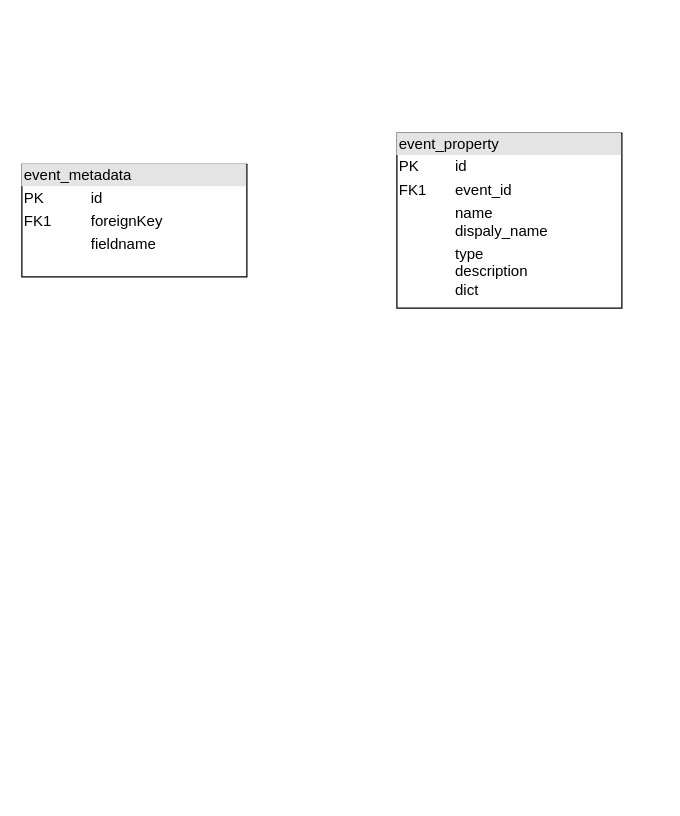
Earlier version of the draw.io diagram 未命名绘图.drawio (NeverMore93/draw). Source tidied: cells renumbered, new cells numbered last; positions are measured from the earlier drawing's top-left corner, leaving out a move shared by most shapes. Both pictures are drawn from the tidied source at 125%, with x=0, y=0 at pixel (21, 132).
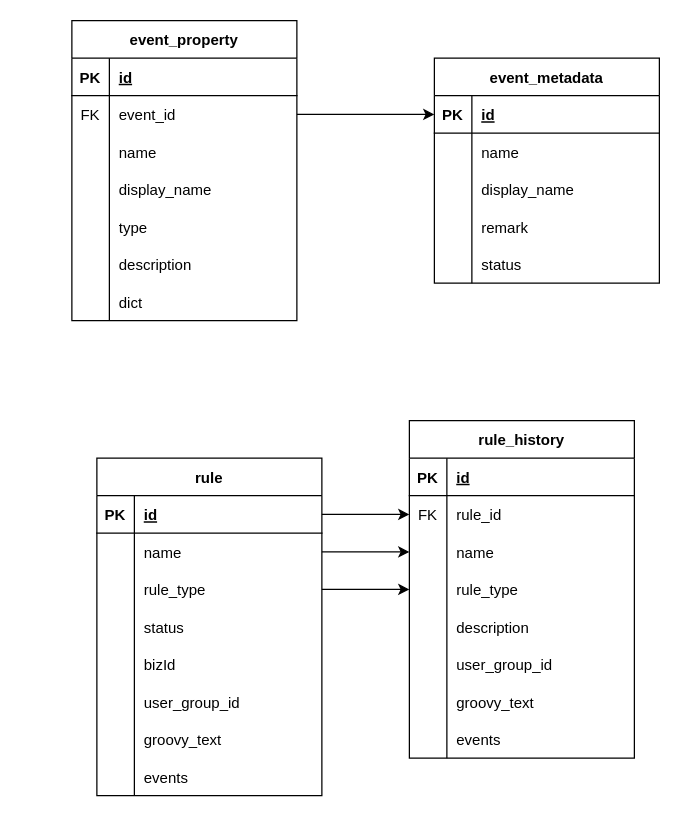
After the change.

What changed in the source:
```diff
@@
-    <mxCell id="2" value="&lt;div style=&quot;box-sizing:border-box;width:100%;background:#e4e4e4;padding:2px;&quot;&gt;event_metadata&lt;/div&gt;&lt;table style=&quot;width:100%;font-size:1em;&quot; cellpadding=&quot;2&quot; cellspacing=&quot;0&quot;&gt;&lt;tbody&gt;&lt;tr&gt;&lt;td&gt;PK&lt;/td&gt;&lt;td&gt;id&lt;/td&gt;&lt;/tr&gt;&lt;tr&gt;&lt;td&gt;FK1&lt;/td&gt;&lt;td&gt;foreignKey&lt;/td&gt;&lt;/tr&gt;&lt;tr&gt;&lt;td&gt;&lt;/td&gt;&lt;td&gt;fieldname&lt;/td&gt;&lt;/tr&gt;&lt;/tbody&gt;&lt;/table&gt;" style="verticalAlign=top;align=left;overflow=fill;html=1;" parent="1" vertex="1">
-      <mxGeometry y="25" width="180" height="90" as="geometry" />
-    </mxCell>
-    <mxCell id="3" value="&lt;div style=&quot;box-sizing:border-box;width:100%;background:#e4e4e4;padding:2px;&quot;&gt;event_property&lt;/div&gt;&lt;table style=&quot;width:100%;font-size:1em;&quot; cellpadding=&quot;2&quot; cellspacing=&quot;0&quot;&gt;&lt;tbody&gt;&lt;tr&gt;&lt;td&gt;PK&lt;/td&gt;&lt;td&gt;id&lt;/td&gt;&lt;/tr&gt;&lt;tr&gt;&lt;td&gt;FK1&lt;/td&gt;&lt;td&gt;event_id&lt;/td&gt;&lt;/tr&gt;&lt;tr&gt;&lt;td&gt;&lt;/td&gt;&lt;td&gt;name&lt;br&gt;dispaly_name&lt;/td&gt;&lt;/tr&gt;&lt;tr&gt;&lt;td&gt;&lt;br&gt;&lt;/td&gt;&lt;td&gt;type&lt;br&gt;description&lt;br&gt;dict&lt;/td&gt;&lt;/tr&gt;&lt;tr&gt;&lt;td&gt;&lt;br&gt;&lt;/td&gt;&lt;td&gt;&lt;br&gt;&lt;/td&gt;&lt;/tr&gt;&lt;/tbody&gt;&lt;/table&gt;" style="verticalAlign=top;align=left;overflow=fill;html=1;" parent="1" vertex="1">
-      <mxGeometry x="300" width="180" height="140" as="geometry" />
-    </mxCell>
+    <mxCell id="4" value="event_metadata" style="shape=table;startSize=30;childLayout=tableLayout;rowLines=0;fontStyle=1;align=center;" parent="1" vertex="1">
+      <mxGeometry x="330" y="-60" width="180" height="180" as="geometry" />
+    </mxCell>
+    <mxCell id="5" style="shape=tableRow;horizontal=0;startSize=0;swimlaneHead=0;swimlaneBody=0;fillColor=none;points=[[0,0.5],[1,0.5]];portConstraint=eastwest;top=0;left=0;right=0;bottom=1;" parent="4" vertex="1">
+      <mxGeometry y="30" width="180" height="30" as="geometry" />
+    </mxCell>
+    <mxCell id="6" value="PK" style="shape=partialRectangle;fillColor=none;top=0;left=0;bottom=0;right=0;fontStyle=1;overflow=hidden;" parent="5" vertex="1">
+      <mxGeometry width="30" height="30" as="geometry" />
+    </mxCell>
+    <mxCell id="7" value="id" style="shape=partialRectangle;fillColor=none;top=0;left=0;bottom=0;right=0;align=left;spacingLeft=6;fontStyle=5;overflow=hidden;" parent="5" vertex="1">
+      <mxGeometry x="30" width="150" height="30" as="geometry" />
+    </mxCell>
+    <mxCell id="8" style="shape=tableRow;horizontal=0;startSize=0;swimlaneHead=0;swimlaneBody=0;fillColor=none;top=0;left=0;right=0;bottom=0;" parent="4" vertex="1">
+      <mxGeometry y="60" width="180" height="30" as="geometry" />
+    </mxCell>
+    <mxCell id="9" style="shape=partialRectangle;fillColor=none;top=0;left=0;bottom=0;right=0;overflow=hidden;" parent="8" vertex="1">
+      <mxGeometry width="30" height="30" as="geometry" />
+    </mxCell>
+    <mxCell id="10" value="name" style="shape=partialRectangle;fillColor=none;top=0;left=0;bottom=0;right=0;align=left;spacingLeft=6;overflow=hidden;" parent="8" vertex="1">
+      <mxGeometry x="30" width="150" height="30" as="geometry" />
+    </mxCell>
+    <mxCell id="11" style="shape=tableRow;horizontal=0;startSize=0;swimlaneHead=0;swimlaneBody=0;fillColor=none;top=0;left=0;right=0;bottom=0;" parent="4" vertex="1">
+      <mxGeometry y="90" width="180" height="30" as="geometry" />
+    </mxCell>
+    <mxCell id="12" style="shape=partialRectangle;fillColor=none;top=0;left=0;bottom=0;right=0;overflow=hidden;" parent="11" vertex="1">
+      <mxGeometry width="30" height="30" as="geometry" />
+    </mxCell>
+    <mxCell id="13" value="display_name" style="shape=partialRectangle;fillColor=none;top=0;left=0;bottom=0;right=0;align=left;spacingLeft=6;overflow=hidden;" parent="11" vertex="1">
+      <mxGeometry x="30" width="150" height="30" as="geometry" />
+    </mxCell>
+    <mxCell id="14" style="shape=tableRow;horizontal=0;startSize=0;swimlaneHead=0;swimlaneBody=0;fillColor=none;top=0;left=0;right=0;bottom=0;" parent="4" vertex="1">
+      <mxGeometry y="120" width="180" height="30" as="geometry" />
+    </mxCell>
+    <mxCell id="15" style="shape=partialRectangle;fillColor=none;top=0;left=0;bottom=0;right=0;overflow=hidden;" parent="14" vertex="1">
+      <mxGeometry width="30" height="30" as="geometry" />
+    </mxCell>
+    <mxCell id="16" value="remark" style="shape=partialRectangle;fillColor=none;top=0;left=0;bottom=0;right=0;align=left;spacingLeft=6;overflow=hidden;" parent="14" vertex="1">
+      <mxGeometry x="30" width="150" height="30" as="geometry" />
+    </mxCell>
+    <mxCell id="17" style="shape=tableRow;horizontal=0;startSize=0;swimlaneHead=0;swimlaneBody=0;fillColor=none;top=0;left=0;right=0;bottom=0;" parent="4" vertex="1">
+      <mxGeometry y="150" width="180" height="30" as="geometry" />
+    </mxCell>
+    <mxCell id="18" style="shape=partialRectangle;fillColor=none;top=0;left=0;bottom=0;right=0;overflow=hidden;" parent="17" vertex="1">
+      <mxGeometry width="30" height="30" as="geometry" />
+    </mxCell>
+    <mxCell id="19" value="status" style="shape=partialRectangle;fillColor=none;top=0;left=0;bottom=0;right=0;align=left;spacingLeft=6;overflow=hidden;" parent="17" vertex="1">
+      <mxGeometry x="30" width="150" height="30" as="geometry" />
+    </mxCell>
+    <mxCell id="20" value="event_property" style="shape=table;startSize=30;childLayout=tableLayout;rowLines=0;fontStyle=1;align=center;" parent="1" vertex="1">
+      <mxGeometry x="40" y="-90" width="180" height="240" as="geometry" />
+    </mxCell>
+    <mxCell id="21" style="shape=tableRow;horizontal=0;startSize=0;swimlaneHead=0;swimlaneBody=0;fillColor=none;top=0;left=0;right=0;bottom=1;" parent="20" vertex="1">
+      <mxGeometry y="30" width="180" height="30" as="geometry" />
+    </mxCell>
+    <mxCell id="22" value="PK" style="shape=partialRectangle;fillColor=none;top=0;left=0;bottom=0;right=0;fontStyle=1;overflow=hidden;" parent="21" vertex="1">
+      <mxGeometry width="30" height="30" as="geometry" />
+    </mxCell>
+    <mxCell id="23" value="id" style="shape=partialRectangle;fillColor=none;top=0;left=0;bottom=0;right=0;align=left;spacingLeft=6;fontStyle=5;overflow=hidden;" parent="21" vertex="1">
+      <mxGeometry x="30" width="150" height="30" as="geometry" />
+    </mxCell>
+    <mxCell id="24" style="shape=tableRow;horizontal=0;startSize=0;swimlaneHead=0;swimlaneBody=0;fillColor=none;points=[[0,0.5],[1,0.5]];portConstraint=eastwest;top=0;left=0;right=0;bottom=0;" parent="20" vertex="1">
+      <mxGeometry y="60" width="180" height="30" as="geometry" />
+    </mxCell>
+    <mxCell id="25" value="FK" style="shape=partialRectangle;fillColor=none;top=0;left=0;bottom=0;right=0;overflow=hidden;" parent="24" vertex="1">
+      <mxGeometry width="30" height="30" as="geometry" />
+    </mxCell>
+    <mxCell id="26" value="event_id" style="shape=partialRectangle;fillColor=none;top=0;left=0;bottom=0;right=0;align=left;spacingLeft=6;overflow=hidden;" parent="24" vertex="1">
+      <mxGeometry x="30" width="150" height="30" as="geometry" />
+    </mxCell>
+    <mxCell id="27" style="shape=tableRow;horizontal=0;startSize=0;swimlaneHead=0;swimlaneBody=0;fillColor=none;top=0;left=0;right=0;bottom=0;" parent="20" vertex="1">
+      <mxGeometry y="90" width="180" height="30" as="geometry" />
+    </mxCell>
+    <mxCell id="28" style="shape=partialRectangle;fillColor=none;top=0;left=0;bottom=0;right=0;overflow=hidden;" parent="27" vertex="1">
+      <mxGeometry width="30" height="30" as="geometry" />
+    </mxCell>
+    <mxCell id="29" value="name" style="shape=partialRectangle;fillColor=none;top=0;left=0;bottom=0;right=0;align=left;spacingLeft=6;overflow=hidden;" parent="27" vertex="1">
+      <mxGeometry x="30" width="150" height="30" as="geometry" />
+    </mxCell>
+    <mxCell id="30" style="shape=tableRow;horizontal=0;startSize=0;swimlaneHead=0;swimlaneBody=0;fillColor=none;top=0;left=0;right=0;bottom=0;" parent="20" vertex="1">
+      <mxGeometry y="120" width="180" height="30" as="geometry" />
+    </mxCell>
+    <mxCell id="31" style="shape=partialRectangle;fillColor=none;top=0;left=0;bottom=0;right=0;overflow=hidden;" parent="30" vertex="1">
+      <mxGeometry width="30" height="30" as="geometry" />
+    </mxCell>
+    <mxCell id="32" value="display_name" style="shape=partialRectangle;fillColor=none;top=0;left=0;bottom=0;right=0;align=left;spacingLeft=6;overflow=hidden;" parent="30" vertex="1">
+      <mxGeometry x="30" width="150" height="30" as="geometry" />
+    </mxCell>
+    <mxCell id="33" style="shape=tableRow;horizontal=0;startSize=0;swimlaneHead=0;swimlaneBody=0;fillColor=none;top=0;left=0;right=0;bottom=0;" parent="20" vertex="1">
+      <mxGeometry y="150" width="180" height="30" as="geometry" />
+    </mxCell>
+    <mxCell id="34" style="shape=partialRectangle;fillColor=none;top=0;left=0;bottom=0;right=0;overflow=hidden;" parent="33" vertex="1">
+      <mxGeometry width="30" height="30" as="geometry" />
+    </mxCell>
+    <mxCell id="35" value="type" style="shape=partialRectangle;fillColor=none;top=0;left=0;bottom=0;right=0;align=left;spacingLeft=6;overflow=hidden;" parent="33" vertex="1">
+      <mxGeometry x="30" width="150" height="30" as="geometry" />
+    </mxCell>
+    <mxCell id="36" style="shape=tableRow;horizontal=0;startSize=0;swimlaneHead=0;swimlaneBody=0;fillColor=none;top=0;left=0;right=0;bottom=0;" parent="20" vertex="1">
+      <mxGeometry y="180" width="180" height="30" as="geometry" />
+    </mxCell>
+    <mxCell id="37" style="shape=partialRectangle;fillColor=none;top=0;left=0;bottom=0;right=0;overflow=hidden;" parent="36" vertex="1">
+      <mxGeometry width="30" height="30" as="geometry" />
+    </mxCell>
+    <mxCell id="38" value="description" style="shape=partialRectangle;fillColor=none;top=0;left=0;bottom=0;right=0;align=left;spacingLeft=6;overflow=hidden;" parent="36" vertex="1">
+      <mxGeometry x="30" width="150" height="30" as="geometry" />
+    </mxCell>
+    <mxCell id="39" style="shape=tableRow;horizontal=0;startSize=0;swimlaneHead=0;swimlaneBody=0;fillColor=none;top=0;left=0;right=0;bottom=0;" parent="20" vertex="1">
+      <mxGeometry y="210" width="180" height="30" as="geometry" />
+    </mxCell>
+    <mxCell id="40" style="shape=partialRectangle;fillColor=none;top=0;left=0;bottom=0;right=0;overflow=hidden;" parent="39" vertex="1">
+      <mxGeometry width="30" height="30" as="geometry" />
+    </mxCell>
+    <mxCell id="41" value="dict" style="shape=partialRectangle;fillColor=none;top=0;left=0;bottom=0;right=0;align=left;spacingLeft=6;overflow=hidden;" parent="39" vertex="1">
+      <mxGeometry x="30" width="150" height="30" as="geometry" />
+    </mxCell>
+    <mxCell id="42" style="edgeStyle=orthogonalEdgeStyle;rounded=0;jettySize=auto;html=1;entryX=0;entryY=0.5;entryDx=0;entryDy=0;" parent="1" edge="1" source="24" target="5">
+      <mxGeometry relative="1" as="geometry" />
+    </mxCell>
+    <mxCell id="43" value="rule" style="shape=table;startSize=30;childLayout=tableLayout;rowLines=0;fontStyle=1;align=center;" parent="1" vertex="1">
+      <mxGeometry x="60" y="260" width="180" height="270" as="geometry" />
+    </mxCell>
+    <mxCell id="44" style="shape=tableRow;horizontal=0;startSize=0;swimlaneHead=0;swimlaneBody=0;fillColor=none;points=[[0,0.5],[1,0.5]];portConstraint=eastwest;top=0;left=0;right=0;bottom=1;" parent="43" vertex="1">
+      <mxGeometry y="30" width="180" height="30" as="geometry" />
+    </mxCell>
+    <mxCell id="45" value="PK" style="shape=partialRectangle;fillColor=none;top=0;left=0;bottom=0;right=0;fontStyle=1;overflow=hidden;" parent="44" vertex="1">
+      <mxGeometry width="30" height="30" as="geometry" />
+    </mxCell>
+    <mxCell id="46" value="id" style="shape=partialRectangle;fillColor=none;top=0;left=0;bottom=0;right=0;align=left;spacingLeft=6;fontStyle=5;overflow=hidden;" parent="44" vertex="1">
+      <mxGeometry x="30" width="150" height="30" as="geometry" />
+    </mxCell>
+    <mxCell id="47" style="shape=tableRow;horizontal=0;startSize=0;swimlaneHead=0;swimlaneBody=0;fillColor=none;points=[[0,0.5],[1,0.5]];portConstraint=eastwest;top=0;left=0;right=0;bottom=0;" parent="43" vertex="1">
+      <mxGeometry y="60" width="180" height="30" as="geometry" />
+    </mxCell>
+    <mxCell id="48" style="shape=partialRectangle;fillColor=none;top=0;left=0;bottom=0;right=0;overflow=hidden;" parent="47" vertex="1">
+      <mxGeometry width="30" height="30" as="geometry" />
+    </mxCell>
+    <mxCell id="49" value="name" style="shape=partialRectangle;fillColor=none;top=0;left=0;bottom=0;right=0;align=left;spacingLeft=6;overflow=hidden;" parent="47" vertex="1">
+      <mxGeometry x="30" width="150" height="30" as="geometry" />
+    </mxCell>
+    <mxCell id="50" style="shape=tableRow;horizontal=0;startSize=0;swimlaneHead=0;swimlaneBody=0;fillColor=none;points=[[0,0.5],[1,0.5]];portConstraint=eastwest;top=0;left=0;right=0;bottom=0;" parent="43" vertex="1">
+      <mxGeometry y="90" width="180" height="30" as="geometry" />
+    </mxCell>
+    <mxCell id="51" style="shape=partialRectangle;fillColor=none;top=0;left=0;bottom=0;right=0;overflow=hidden;" parent="50" vertex="1">
+      <mxGeometry width="30" height="30" as="geometry" />
+    </mxCell>
+    <mxCell id="52" value="rule_type" style="shape=partialRectangle;fillColor=none;top=0;left=0;bottom=0;right=0;align=left;spacingLeft=6;overflow=hidden;" parent="50" vertex="1">
+      <mxGeometry x="30" width="150" height="30" as="geometry" />
+    </mxCell>
+    <mxCell id="53" style="shape=tableRow;horizontal=0;startSize=0;swimlaneHead=0;swimlaneBody=0;fillColor=none;top=0;left=0;right=0;bottom=0;" parent="43" vertex="1">
+      <mxGeometry y="120" width="180" height="30" as="geometry" />
+    </mxCell>
+    <mxCell id="54" style="shape=partialRectangle;fillColor=none;top=0;left=0;bottom=0;right=0;overflow=hidden;" parent="53" vertex="1">
+      <mxGeometry width="30" height="30" as="geometry" />
+    </mxCell>
+    <mxCell id="55" value="status" style="shape=partialRectangle;fillColor=none;top=0;left=0;bottom=0;right=0;align=left;spacingLeft=6;overflow=hidden;" parent="53" vertex="1">
+      <mxGeometry x="30" width="150" height="30" as="geometry" />
+    </mxCell>
+    <mxCell id="56" style="shape=tableRow;horizontal=0;startSize=0;swimlaneHead=0;swimlaneBody=0;fillColor=none;top=0;left=0;right=0;bottom=0;" parent="43" vertex="1">
+      <mxGeometry y="150" width="180" height="30" as="geometry" />
+    </mxCell>
+    <mxCell id="57" style="shape=partialRectangle;fillColor=none;top=0;left=0;bottom=0;right=0;overflow=hidden;" parent="56" vertex="1">
+      <mxGeometry width="30" height="30" as="geometry" />
+    </mxCell>
+    <mxCell id="58" value="bizId" style="shape=partialRectangle;fillColor=none;top=0;left=0;bottom=0;right=0;align=left;spacingLeft=6;overflow=hidden;" parent="56" vertex="1">
+      <mxGeometry x="30" width="150" height="30" as="geometry" />
+    </mxCell>
+    <mxCell id="59" style="shape=tableRow;horizontal=0;startSize=0;swimlaneHead=0;swimlaneBody=0;fillColor=none;top=0;left=0;right=0;bottom=0;" parent="43" vertex="1">
+      <mxGeometry y="180" width="180" height="30" as="geometry" />
+    </mxCell>
+    <mxCell id="60" style="shape=partialRectangle;fillColor=none;top=0;left=0;bottom=0;right=0;overflow=hidden;" parent="59" vertex="1">
+      <mxGeometry width="30" height="30" as="geometry" />
+    </mxCell>
+    <mxCell id="61" value="user_group_id" style="shape=partialRectangle;fillColor=none;top=0;left=0;bottom=0;right=0;align=left;spacingLeft=6;overflow=hidden;" parent="59" vertex="1">
+      <mxGeometry x="30" width="150" height="30" as="geometry" />
+    </mxCell>
+    <mxCell id="62" style="shape=tableRow;horizontal=0;startSize=0;swimlaneHead=0;swimlaneBody=0;fillColor=none;top=0;left=0;right=0;bottom=0;" parent="43" vertex="1">
+      <mxGeometry y="210" width="180" height="30" as="geometry" />
+    </mxCell>
+    <mxCell id="63" style="shape=partialRectangle;fillColor=none;top=0;left=0;bottom=0;right=0;overflow=hidden;" parent="62" vertex="1">
+      <mxGeometry width="30" height="30" as="geometry" />
+    </mxCell>
+    <mxCell id="64" value="groovy_text" style="shape=partialRectangle;fillColor=none;top=0;left=0;bottom=0;right=0;align=left;spacingLeft=6;overflow=hidden;" parent="62" vertex="1">
+      <mxGeometry x="30" width="150" height="30" as="geometry" />
+    </mxCell>
+    <mxCell id="65" style="shape=tableRow;horizontal=0;startSize=0;swimlaneHead=0;swimlaneBody=0;fillColor=none;top=0;left=0;right=0;bottom=0;" parent="43" vertex="1">
+      <mxGeometry y="240" width="180" height="30" as="geometry" />
+    </mxCell>
+    <mxCell id="66" style="shape=partialRectangle;fillColor=none;top=0;left=0;bottom=0;right=0;overflow=hidden;" parent="65" vertex="1">
+      <mxGeometry width="30" height="30" as="geometry" />
+    </mxCell>
+    <mxCell id="67" value="events" style="shape=partialRectangle;fillColor=none;top=0;left=0;bottom=0;right=0;align=left;spacingLeft=6;overflow=hidden;" parent="65" vertex="1">
+      <mxGeometry x="30" width="150" height="30" as="geometry" />
+    </mxCell>
+    <mxCell id="68" value="rule_history" style="shape=table;startSize=30;childLayout=tableLayout;rowLines=0;fontStyle=1;align=center;" parent="1" vertex="1">
+      <mxGeometry x="310" y="230" width="180" height="270" as="geometry" />
+    </mxCell>
+    <mxCell id="69" style="shape=tableRow;horizontal=0;startSize=0;swimlaneHead=0;swimlaneBody=0;fillColor=none;top=0;left=0;right=0;bottom=1;" parent="68" vertex="1">
+      <mxGeometry y="30" width="180" height="30" as="geometry" />
+    </mxCell>
+    <mxCell id="70" value="PK" style="shape=partialRectangle;fillColor=none;top=0;left=0;bottom=0;right=0;fontStyle=1;overflow=hidden;" parent="69" vertex="1">
+      <mxGeometry width="30" height="30" as="geometry" />
+    </mxCell>
+    <mxCell id="71" value="id" style="shape=partialRectangle;fillColor=none;top=0;left=0;bottom=0;right=0;align=left;spacingLeft=6;fontStyle=5;overflow=hidden;" parent="69" vertex="1">
+      <mxGeometry x="30" width="150" height="30" as="geometry" />
+    </mxCell>
+    <mxCell id="72" style="shape=tableRow;horizontal=0;startSize=0;swimlaneHead=0;swimlaneBody=0;fillColor=none;points=[[0,0.5],[1,0.5]];portConstraint=eastwest;top=0;left=0;right=0;bottom=0;" parent="68" vertex="1">
+      <mxGeometry y="60" width="180" height="30" as="geometry" />
+    </mxCell>
+    <mxCell id="73" value="FK" style="shape=partialRectangle;fillColor=none;top=0;left=0;bottom=0;right=0;overflow=hidden;" parent="72" vertex="1">
+      <mxGeometry width="30" height="30" as="geometry" />
+    </mxCell>
+    <mxCell id="74" value="rule_id" style="shape=partialRectangle;fillColor=none;top=0;left=0;bottom=0;right=0;align=left;spacingLeft=6;overflow=hidden;" parent="72" vertex="1">
+      <mxGeometry x="30" width="150" height="30" as="geometry" />
+    </mxCell>
+    <mxCell id="75" style="shape=tableRow;horizontal=0;startSize=0;swimlaneHead=0;swimlaneBody=0;fillColor=none;points=[[0,0.5],[1,0.5]];portConstraint=eastwest;top=0;left=0;right=0;bottom=0;" parent="68" vertex="1">
+      <mxGeometry y="90" width="180" height="30" as="geometry" />
+    </mxCell>
+    <mxCell id="76" style="shape=partialRectangle;fillColor=none;top=0;left=0;bottom=0;right=0;overflow=hidden;" parent="75" vertex="1">
+      <mxGeometry width="30" height="30" as="geometry" />
+    </mxCell>
+    <mxCell id="77" value="name" style="shape=partialRectangle;fillColor=none;top=0;left=0;bottom=0;right=0;align=left;spacingLeft=6;overflow=hidden;" parent="75" vertex="1">
+      <mxGeometry x="30" width="150" height="30" as="geometry" />
+    </mxCell>
+    <mxCell id="78" style="shape=tableRow;horizontal=0;startSize=0;swimlaneHead=0;swimlaneBody=0;fillColor=none;points=[[0,0.5],[1,0.5]];portConstraint=eastwest;top=0;left=0;right=0;bottom=0;" parent="68" vertex="1">
+      <mxGeometry y="120" width="180" height="30" as="geometry" />
+    </mxCell>
+    <mxCell id="79" style="shape=partialRectangle;fillColor=none;top=0;left=0;bottom=0;right=0;overflow=hidden;" parent="78" vertex="1">
+      <mxGeometry width="30" height="30" as="geometry" />
+    </mxCell>
+    <mxCell id="80" value="rule_type" style="shape=partialRectangle;fillColor=none;top=0;left=0;bottom=0;right=0;align=left;spacingLeft=6;overflow=hidden;" parent="78" vertex="1">
+      <mxGeometry x="30" width="150" height="30" as="geometry" />
+    </mxCell>
+    <mxCell id="81" style="shape=tableRow;horizontal=0;startSize=0;swimlaneHead=0;swimlaneBody=0;fillColor=none;top=0;left=0;right=0;bottom=0;" parent="68" vertex="1">
+      <mxGeometry y="150" width="180" height="30" as="geometry" />
+    </mxCell>
+    <mxCell id="82" style="shape=partialRectangle;fillColor=none;top=0;left=0;bottom=0;right=0;overflow=hidden;" parent="81" vertex="1">
+      <mxGeometry width="30" height="30" as="geometry" />
+    </mxCell>
+    <mxCell id="83" value="description" style="shape=partialRectangle;fillColor=none;top=0;left=0;bottom=0;right=0;align=left;spacingLeft=6;overflow=hidden;" parent="81" vertex="1">
+      <mxGeometry x="30" width="150" height="30" as="geometry" />
+    </mxCell>
+    <mxCell id="84" style="shape=tableRow;horizontal=0;startSize=0;swimlaneHead=0;swimlaneBody=0;fillColor=none;top=0;left=0;right=0;bottom=0;" parent="68" vertex="1">
+      <mxGeometry y="180" width="180" height="30" as="geometry" />
+    </mxCell>
+    <mxCell id="85" style="shape=partialRectangle;fillColor=none;top=0;left=0;bottom=0;right=0;overflow=hidden;" parent="84" vertex="1">
+      <mxGeometry width="30" height="30" as="geometry" />
+    </mxCell>
+    <mxCell id="86" value="user_group_id" style="shape=partialRectangle;fillColor=none;top=0;left=0;bottom=0;right=0;align=left;spacingLeft=6;overflow=hidden;" parent="84" vertex="1">
+      <mxGeometry x="30" width="150" height="30" as="geometry" />
+    </mxCell>
+    <mxCell id="87" style="shape=tableRow;horizontal=0;startSize=0;swimlaneHead=0;swimlaneBody=0;fillColor=none;top=0;left=0;right=0;bottom=0;" parent="68" vertex="1">
+      <mxGeometry y="210" width="180" height="30" as="geometry" />
+    </mxCell>
+    <mxCell id="88" style="shape=partialRectangle;fillColor=none;top=0;left=0;bottom=0;right=0;overflow=hidden;" parent="87" vertex="1">
+      <mxGeometry width="30" height="30" as="geometry" />
+    </mxCell>
+    <mxCell id="89" value="groovy_text" style="shape=partialRectangle;fillColor=none;top=0;left=0;bottom=0;right=0;align=left;spacingLeft=6;overflow=hidden;" parent="87" vertex="1">
+      <mxGeometry x="30" width="150" height="30" as="geometry" />
+    </mxCell>
+    <mxCell id="90" style="shape=tableRow;horizontal=0;startSize=0;swimlaneHead=0;swimlaneBody=0;fillColor=none;top=0;left=0;right=0;bottom=0;" parent="68" vertex="1">
+      <mxGeometry y="240" width="180" height="30" as="geometry" />
+    </mxCell>
+    <mxCell id="91" style="shape=partialRectangle;fillColor=none;top=0;left=0;bottom=0;right=0;overflow=hidden;" parent="90" vertex="1">
+      <mxGeometry width="30" height="30" as="geometry" />
+    </mxCell>
+    <mxCell id="92" value="events" style="shape=partialRectangle;fillColor=none;top=0;left=0;bottom=0;right=0;align=left;spacingLeft=6;overflow=hidden;" parent="90" vertex="1">
+      <mxGeometry x="30" width="150" height="30" as="geometry" />
+    </mxCell>
+    <mxCell id="93" style="edgeStyle=orthogonalEdgeStyle;rounded=0;jettySize=auto;html=1;entryX=0;entryY=0.5;entryDx=0;entryDy=0;" parent="1" edge="1" source="44" target="72">
+      <mxGeometry relative="1" as="geometry" />
+    </mxCell>
+    <mxCell id="94" style="edgeStyle=orthogonalEdgeStyle;rounded=0;jettySize=auto;html=1;exitX=1;exitY=0.5;exitDx=0;exitDy=0;entryX=0;entryY=0.5;entryDx=0;entryDy=0;" parent="1" edge="1" source="47" target="75">
+      <mxGeometry relative="1" as="geometry" />
+    </mxCell>
+    <mxCell id="95" style="edgeStyle=orthogonalEdgeStyle;rounded=0;jettySize=auto;html=1;entryX=0;entryY=0.5;entryDx=0;entryDy=0;" parent="1" edge="1" source="50" target="78">
+      <mxGeometry relative="1" as="geometry" />
+    </mxCell>
```
